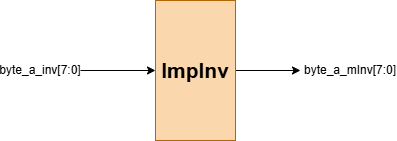
Earlier version of the draw.io export media/ImpInv high level.png (LQLManZz/AES128-Verilog). Source tidied: cells renumbered, new cells last; positions are measured from the earlier drawing's top-left corner, leaving out a move shared by most shapes.
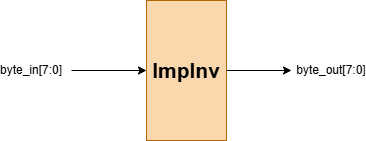
The same diagram one commit later.

Diff of the diagram source:
```diff
@@ -15,11 +15,11 @@
         <mxPoint x="70" y="70" as="sourcePoint" />
       </mxGeometry>
     </mxCell>
-    <mxCell id="5" value="byte_a_inv[7:0]" style="text;html=1;whiteSpace=wrap;strokeColor=none;fillColor=none;align=center;verticalAlign=middle;rounded=0;" parent="1" vertex="1">
+    <mxCell id="5" value="byte_in[7:0]" style="text;html=1;whiteSpace=wrap;strokeColor=none;fillColor=none;align=center;verticalAlign=middle;rounded=0;" parent="1" vertex="1">
       <mxGeometry y="55" width="60" height="30" as="geometry" />
     </mxCell>
-    <mxCell id="6" value="byte_a_mInv[7:0]" style="text;html=1;whiteSpace=wrap;strokeColor=none;fillColor=none;align=center;verticalAlign=middle;rounded=0;" parent="1" vertex="1">
-      <mxGeometry x="310" y="55" width="60" height="30" as="geometry" />
+    <mxCell id="6" value="byte_out[7:0]" style="text;html=1;whiteSpace=wrap;strokeColor=none;fillColor=none;align=center;verticalAlign=middle;rounded=0;" parent="1" vertex="1">
+      <mxGeometry x="300" y="55" width="60" height="30" as="geometry" />
     </mxCell>
   </root>
 </mxGraphModel>
```
